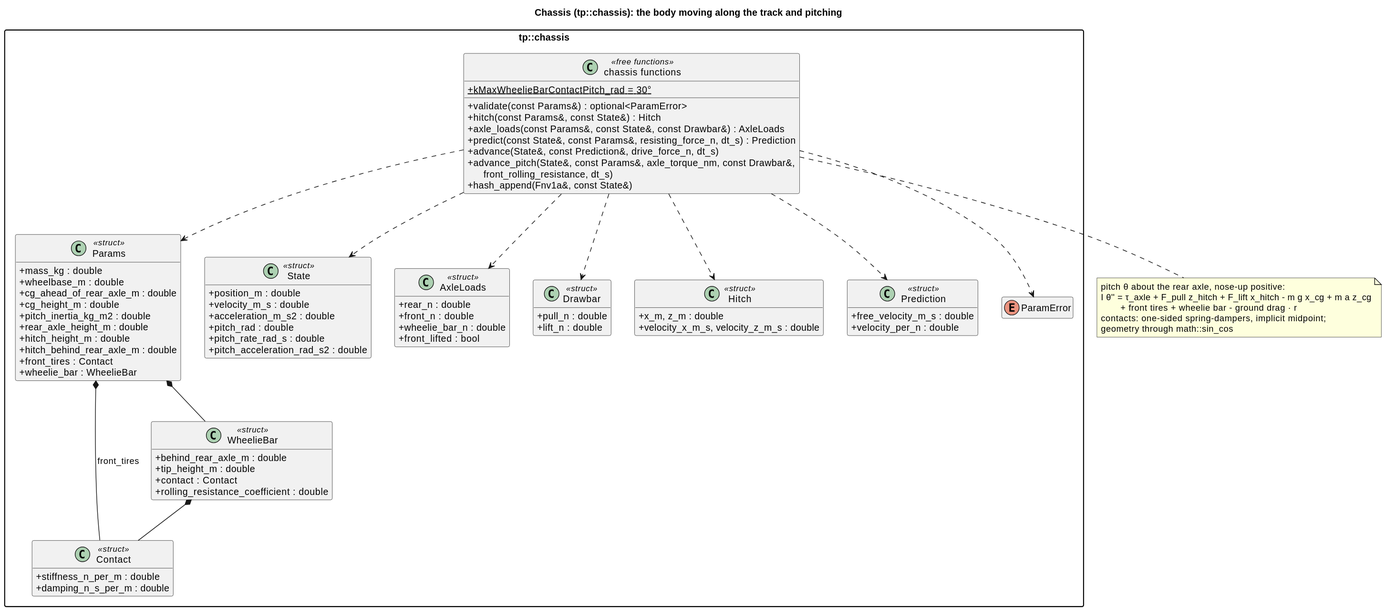
This is docs/diagrams/svg/chassis_classes.svg from wversteeg/TractorPulling, a PlantUML export, as it was before one commit.
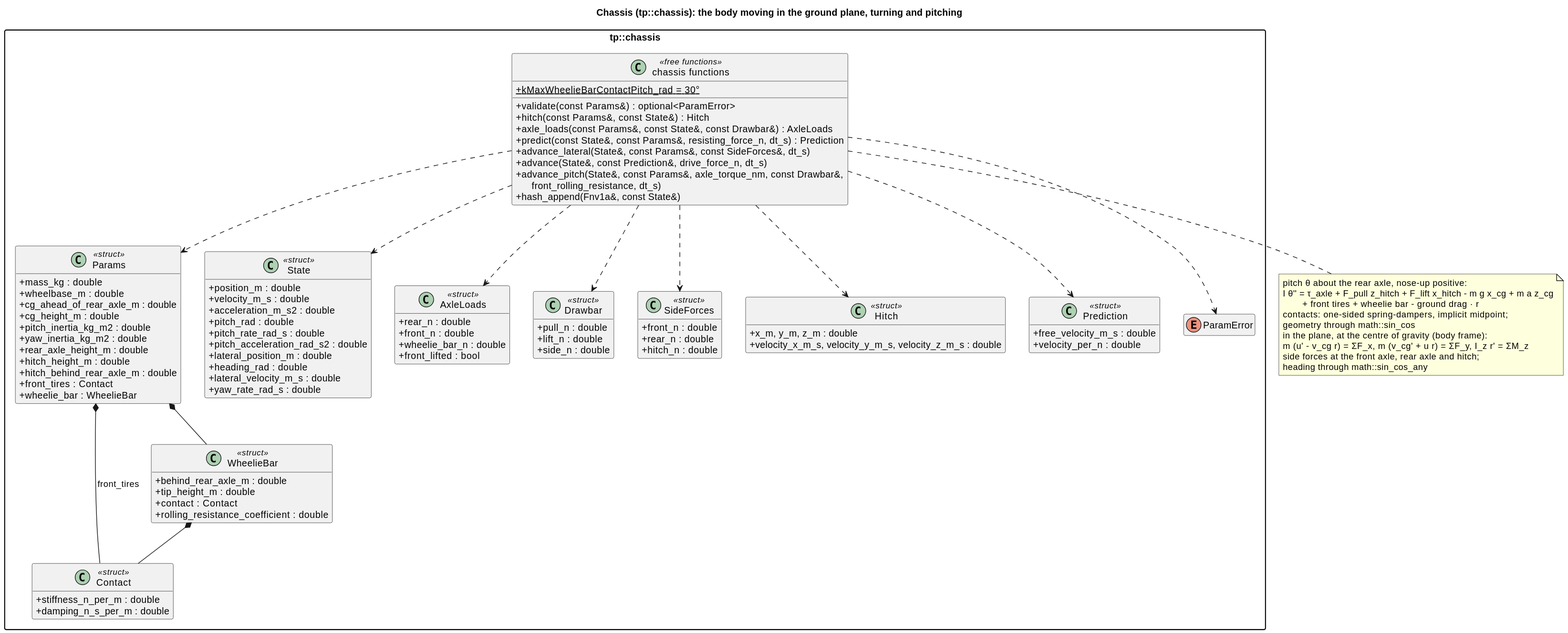
Later version of the same file.

Change to the diagram source:
```diff
@@ -1,5 +1,5 @@
 @startuml
-title Chassis (tp::chassis): the body moving along the track and pitching
+title Chassis (tp::chassis): the body moving in the ground plane, turning and pitching
 hide empty members
 skinparam packageStyle rectangle
 skinparam classAttributeIconSize 0
@@ -11,6 +11,7 @@
     +cg_ahead_of_rear_axle_m : double
     +cg_height_m : double
     +pitch_inertia_kg_m2 : double
+    +yaw_inertia_kg_m2 : double
     +rear_axle_height_m : double
     +hitch_height_m : double
     +hitch_behind_rear_axle_m : double
@@ -34,6 +35,10 @@
     +pitch_rad : double
     +pitch_rate_rad_s : double
     +pitch_acceleration_rad_s2 : double
+    +lateral_position_m : double
+    +heading_rad : double
+    +lateral_velocity_m_s : double
+    +yaw_rate_rad_s : double
   }
   class AxleLoads <<struct>> {
     +rear_n : double
@@ -44,10 +49,16 @@
   class Drawbar <<struct>> {
     +pull_n : double
     +lift_n : double
+    +side_n : double
+  }
+  class SideForces <<struct>> {
+    +front_n : double
+    +rear_n : double
+    +hitch_n : double
   }
   class Hitch <<struct>> {
-    +x_m, z_m : double
-    +velocity_x_m_s, velocity_z_m_s : double
+    +x_m, y_m, z_m : double
+    +velocity_x_m_s, velocity_y_m_s, velocity_z_m_s : double
   }
   class Prediction <<struct>> {
     +free_velocity_m_s : double
@@ -60,6 +71,7 @@
     +hitch(const Params&, const State&) : Hitch
     +axle_loads(const Params&, const State&, const Drawbar&) : AxleLoads
     +predict(const State&, const Params&, resisting_force_n, dt_s) : Prediction
+    +advance_lateral(State&, const Params&, const SideForces&, dt_s)
     +advance(State&, const Prediction&, drive_force_n, dt_s)
     +advance_pitch(State&, const Params&, axle_torque_nm, const Drawbar&,\n      front_rolling_resistance, dt_s)
     +hash_append(Fnv1a&, const State&)
@@ -73,6 +85,7 @@
   ChassisFns ..> Prediction
   ChassisFns ..> Drawbar
   ChassisFns ..> Hitch
+  ChassisFns ..> SideForces
   ChassisFns ..> ParamError
 }
 note bottom of ChassisFns
@@ -81,5 +94,9 @@
           + front tires + wheelie bar - ground drag · r
   contacts: one-sided spring-dampers, implicit midpoint;
   geometry through math::sin_cos
+  in the plane, at the centre of gravity (body frame):
+  m (u' - v_cg r) = ΣF_x,  m (v_cg' + u r) = ΣF_y,  I_z r' = ΣM_z
+  side forces at the front axle, rear axle and hitch;
+  heading through math::sin_cos_any
 end note
 @enduml
```
